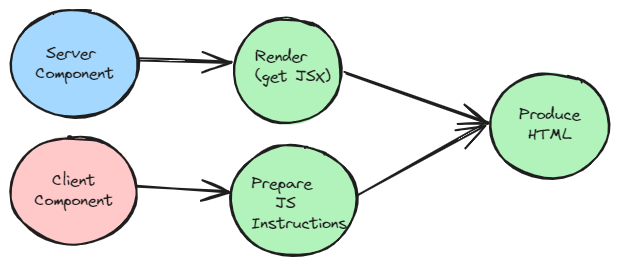
swaroopar/inprogress-engineer keeps this Excalidraw diagram as static/img/rsc-server-rendering.excalidraw.png. Above is the earlier version. Source tidied: one line per element, renumbered; positions are measured from the earlier drawing's top-left corner, leaving out a move shared by most shapes. The source it was exported from:
```json
{"id": 0, "type": "ellipse", "strokeColor": "#1e1e1e", "backgroundColor": "#a5d8ff", "fillStyle": "solid", "strokeWidth": 2, "roughness": 1, "round": true, "x": 1, "y": 0, "width": 127, "height": 107}
{"id": 1, "type": "text", "text": "Server \nComponent", "strokeColor": "#1e1e1e", "strokeWidth": 2, "roughness": 1, "fontSize": 16, "fontFamily": 1, "textAlign": "center", "verticalAlign": "middle", "inside": 0, "x": 25, "y": 34, "width": 79, "height": 40}
{"id": 2, "type": "ellipse", "strokeColor": "#1e1e1e", "backgroundColor": "#b2f2bb", "fillStyle": "solid", "strokeWidth": 2, "roughness": 1, "round": true, "x": 224, "y": 8, "width": 107, "height": 105}
{"id": 3, "type": "text", "text": "Render\n(get JSX)", "strokeColor": "#1e1e1e", "strokeWidth": 2, "roughness": 1, "fontSize": 16, "fontFamily": 1, "x": 245, "y": 37, "width": 75, "height": 40}
{"id": 4, "type": "ellipse", "strokeColor": "#1e1e1e", "backgroundColor": "#b2f2bb", "fillStyle": "solid", "strokeWidth": 2, "roughness": 1, "round": true, "x": 481, "y": 63, "width": 118, "height": 105}
{"id": 5, "type": "text", "text": "Produce\nHTML", "strokeColor": "#1e1e1e", "backgroundColor": "#b2f2bb", "fillStyle": "solid", "strokeWidth": 2, "roughness": 1, "fontSize": 16, "fontFamily": 1, "textAlign": "center", "verticalAlign": "middle", "inside": 4, "x": 509, "y": 95, "width": 61, "height": 40}
{"id": 6, "type": "arrow", "strokeColor": "#1e1e1e", "backgroundColor": "#b2f2bb", "fillStyle": "solid", "strokeWidth": 2, "roughness": 1, "endArrowhead": "arrow", "round": true, "from": 0, "to": 2, "x": 129, "y": 49, "width": 93, "height": 3, "points": [[0, 0], [93, 3]]}
{"id": 7, "type": "ellipse", "strokeColor": "#1e1e1e", "backgroundColor": "#ffc9c9", "fillStyle": "solid", "strokeWidth": 2, "roughness": 1, "round": true, "x": 0, "y": 127, "width": 127, "height": 107}
{"id": 8, "type": "text", "text": "Client\nComponent", "strokeColor": "#1e1e1e", "strokeWidth": 2, "roughness": 1, "fontSize": 16, "fontFamily": 1, "textAlign": "center", "verticalAlign": "middle", "inside": 7, "x": 24, "y": 161, "width": 79, "height": 40}
{"id": 9, "type": "ellipse", "strokeColor": "#1e1e1e", "backgroundColor": "#b2f2bb", "fillStyle": "solid", "strokeWidth": 2, "roughness": 1, "round": true, "x": 220, "y": 135, "width": 126, "height": 111}
{"id": 10, "type": "text", "text": "Prepare\n   JS\nInstructions", "strokeColor": "#1e1e1e", "strokeWidth": 2, "roughness": 1, "fontSize": 16, "fontFamily": 1, "x": 242, "y": 164, "width": 95, "height": 60}
{"id": 11, "type": "arrow", "strokeColor": "#1e1e1e", "backgroundColor": "#b2f2bb", "fillStyle": "solid", "strokeWidth": 2, "roughness": 1, "endArrowhead": "arrow", "round": true, "from": 7, "to": 9, "x": 128, "y": 177, "width": 91, "height": 4, "points": [[0, 0], [91, 4]]}
{"id": 12, "type": "arrow", "strokeColor": "#1e1e1e", "backgroundColor": "#b2f2bb", "fillStyle": "solid", "strokeWidth": 2, "roughness": 1, "endArrowhead": "arrow", "round": true, "from": 10, "to": 4, "x": 349, "y": 185, "width": 125, "height": 71, "points": [[0, 0], [125, -71]]}
{"id": 13, "type": "arrow", "strokeColor": "#1e1e1e", "strokeWidth": 2, "roughness": 1, "endArrowhead": "arrow", "round": true, "from": 3, "to": 4, "x": 335, "y": 63, "width": 144, "height": 50, "points": [[0, 0], [144, 50]]}
```
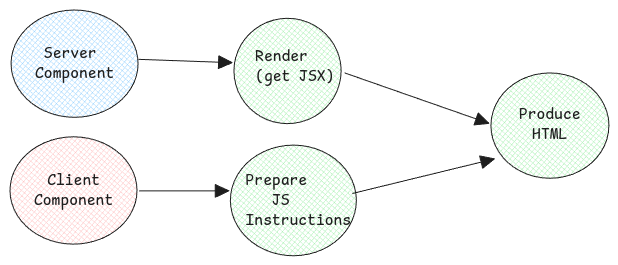
Later version of the same file.

Change to the diagram source:
```diff
@@ -1,14 +1,14 @@
-{"id": 0, "type": "ellipse", "strokeColor": "#1e1e1e", "backgroundColor": "#a5d8ff", "fillStyle": "solid", "strokeWidth": 2, "roughness": 1, "round": true, "x": 1, "y": 0, "width": 127, "height": 107}
+{"id": 0, "type": "ellipse", "strokeColor": "#1e1e1e", "backgroundColor": "#a5d8ff", "fillStyle": "cross-hatch", "strokeWidth": 1, "roughness": 0, "round": true, "x": 1, "y": 0, "width": 127, "height": 107}
-{"id": 1, "type": "text", "text": "Server \nComponent", "strokeColor": "#1e1e1e", "strokeWidth": 2, "roughness": 1, "fontSize": 16, "fontFamily": 1, "textAlign": "center", "verticalAlign": "middle", "inside": 0, "x": 25, "y": 34, "width": 79, "height": 40}
+{"id": 1, "type": "text", "text": "Server \nComponent", "strokeColor": "#1e1e1e", "strokeWidth": 2, "roughness": 1, "fontSize": 16, "fontFamily": 8, "textAlign": "center", "verticalAlign": "middle", "inside": 0, "x": 25, "y": 34, "width": 79, "height": 40}
-{"id": 2, "type": "ellipse", "strokeColor": "#1e1e1e", "backgroundColor": "#b2f2bb", "fillStyle": "solid", "strokeWidth": 2, "roughness": 1, "round": true, "x": 224, "y": 8, "width": 107, "height": 105}
+{"id": 2, "type": "ellipse", "strokeColor": "#1e1e1e", "backgroundColor": "#b2f2bb", "fillStyle": "cross-hatch", "strokeWidth": 1, "roughness": 0, "round": true, "x": 224, "y": 8, "width": 107, "height": 105}
-{"id": 3, "type": "text", "text": "Render\n(get JSX)", "strokeColor": "#1e1e1e", "strokeWidth": 2, "roughness": 1, "fontSize": 16, "fontFamily": 1, "x": 245, "y": 37, "width": 75, "height": 40}
+{"id": 3, "type": "text", "text": "Render\n(get JSX)", "strokeColor": "#1e1e1e", "strokeWidth": 1, "roughness": 0, "fontSize": 16, "fontFamily": 8, "x": 245, "y": 37, "width": 79, "height": 40}
-{"id": 4, "type": "ellipse", "strokeColor": "#1e1e1e", "backgroundColor": "#b2f2bb", "fillStyle": "solid", "strokeWidth": 2, "roughness": 1, "round": true, "x": 481, "y": 63, "width": 118, "height": 105}
+{"id": 4, "type": "ellipse", "strokeColor": "#1e1e1e", "backgroundColor": "#b2f2bb", "fillStyle": "cross-hatch", "strokeWidth": 1, "roughness": 0, "round": true, "x": 481, "y": 63, "width": 118, "height": 105}
-{"id": 5, "type": "text", "text": "Produce\nHTML", "strokeColor": "#1e1e1e", "backgroundColor": "#b2f2bb", "fillStyle": "solid", "strokeWidth": 2, "roughness": 1, "fontSize": 16, "fontFamily": 1, "textAlign": "center", "verticalAlign": "middle", "inside": 4, "x": 509, "y": 95, "width": 61, "height": 40}
+{"id": 5, "type": "text", "text": "Produce\nHTML", "strokeColor": "#1e1e1e", "backgroundColor": "#b2f2bb", "fillStyle": "solid", "strokeWidth": 2, "roughness": 1, "fontSize": 16, "fontFamily": 8, "textAlign": "center", "verticalAlign": "middle", "inside": 4, "x": 509, "y": 95, "width": 62, "height": 40}
-{"id": 6, "type": "arrow", "strokeColor": "#1e1e1e", "backgroundColor": "#b2f2bb", "fillStyle": "solid", "strokeWidth": 2, "roughness": 1, "endArrowhead": "arrow", "round": true, "from": 0, "to": 2, "x": 129, "y": 49, "width": 93, "height": 3, "points": [[0, 0], [93, 3]]}
+{"id": 6, "type": "arrow", "strokeColor": "#1e1e1e", "backgroundColor": "#b2f2bb", "fillStyle": "cross-hatch", "strokeWidth": 1, "roughness": 0, "endArrowhead": "triangle", "round": true, "from": 0, "to": 2, "x": 129, "y": 49, "width": 93, "height": 3, "points": [[0, 0], [93, 3]]}
-{"id": 7, "type": "ellipse", "strokeColor": "#1e1e1e", "backgroundColor": "#ffc9c9", "fillStyle": "solid", "strokeWidth": 2, "roughness": 1, "round": true, "x": 0, "y": 127, "width": 127, "height": 107}
+{"id": 7, "type": "ellipse", "strokeColor": "#1e1e1e", "backgroundColor": "#ffc9c9", "fillStyle": "cross-hatch", "strokeWidth": 1, "roughness": 0, "round": true, "x": 0, "y": 127, "width": 127, "height": 107}
-{"id": 8, "type": "text", "text": "Client\nComponent", "strokeColor": "#1e1e1e", "strokeWidth": 2, "roughness": 1, "fontSize": 16, "fontFamily": 1, "textAlign": "center", "verticalAlign": "middle", "inside": 7, "x": 24, "y": 161, "width": 79, "height": 40}
+{"id": 8, "type": "text", "text": "Client\nComponent", "strokeColor": "#1e1e1e", "strokeWidth": 2, "roughness": 1, "fontSize": 16, "fontFamily": 8, "textAlign": "center", "verticalAlign": "middle", "inside": 7, "x": 24, "y": 161, "width": 79, "height": 40}
-{"id": 9, "type": "ellipse", "strokeColor": "#1e1e1e", "backgroundColor": "#b2f2bb", "fillStyle": "solid", "strokeWidth": 2, "roughness": 1, "round": true, "x": 220, "y": 135, "width": 126, "height": 111}
+{"id": 9, "type": "ellipse", "strokeColor": "#1e1e1e", "backgroundColor": "#b2f2bb", "fillStyle": "cross-hatch", "strokeWidth": 1, "roughness": 0, "round": true, "x": 220, "y": 135, "width": 126, "height": 111}
-{"id": 10, "type": "text", "text": "Prepare\n   JS\nInstructions", "strokeColor": "#1e1e1e", "strokeWidth": 2, "roughness": 1, "fontSize": 16, "fontFamily": 1, "x": 242, "y": 164, "width": 95, "height": 60}
+{"id": 10, "type": "text", "text": "Prepare\n   JS\nInstructions", "strokeColor": "#1e1e1e", "strokeWidth": 1, "roughness": 0, "fontSize": 16, "fontFamily": 8, "x": 236, "y": 161, "width": 106, "height": 60}
-{"id": 11, "type": "arrow", "strokeColor": "#1e1e1e", "backgroundColor": "#b2f2bb", "fillStyle": "solid", "strokeWidth": 2, "roughness": 1, "endArrowhead": "arrow", "round": true, "from": 7, "to": 9, "x": 128, "y": 177, "width": 91, "height": 4, "points": [[0, 0], [91, 4]]}
+{"id": 11, "type": "arrow", "strokeColor": "#1e1e1e", "backgroundColor": "#b2f2bb", "fillStyle": "cross-hatch", "strokeWidth": 1, "roughness": 0, "endArrowhead": "triangle", "round": true, "to": 9, "x": 129, "y": 181, "width": 89, "height": 0, "points": [[0, 0], [89, 0]]}
-{"id": 12, "type": "arrow", "strokeColor": "#1e1e1e", "backgroundColor": "#b2f2bb", "fillStyle": "solid", "strokeWidth": 2, "roughness": 1, "endArrowhead": "arrow", "round": true, "from": 10, "to": 4, "x": 349, "y": 185, "width": 125, "height": 71, "points": [[0, 0], [125, -71]]}
+{"id": 12, "type": "arrow", "strokeColor": "#1e1e1e", "backgroundColor": "#b2f2bb", "fillStyle": "cross-hatch", "strokeWidth": 1, "roughness": 0, "endArrowhead": "triangle", "round": true, "from": 10, "x": 343, "y": 183, "width": 142, "height": 35, "points": [[0, 0], [142, -35]]}
-{"id": 13, "type": "arrow", "strokeColor": "#1e1e1e", "strokeWidth": 2, "roughness": 1, "endArrowhead": "arrow", "round": true, "from": 3, "to": 4, "x": 335, "y": 63, "width": 144, "height": 50, "points": [[0, 0], [144, 50]]}
+{"id": 13, "type": "arrow", "strokeColor": "#1e1e1e", "strokeWidth": 1, "roughness": 0, "endArrowhead": "triangle", "round": true, "from": 3, "to": 4, "x": 335, "y": 63, "width": 144, "height": 50, "points": [[0, 0], [144, 50]]}
```
